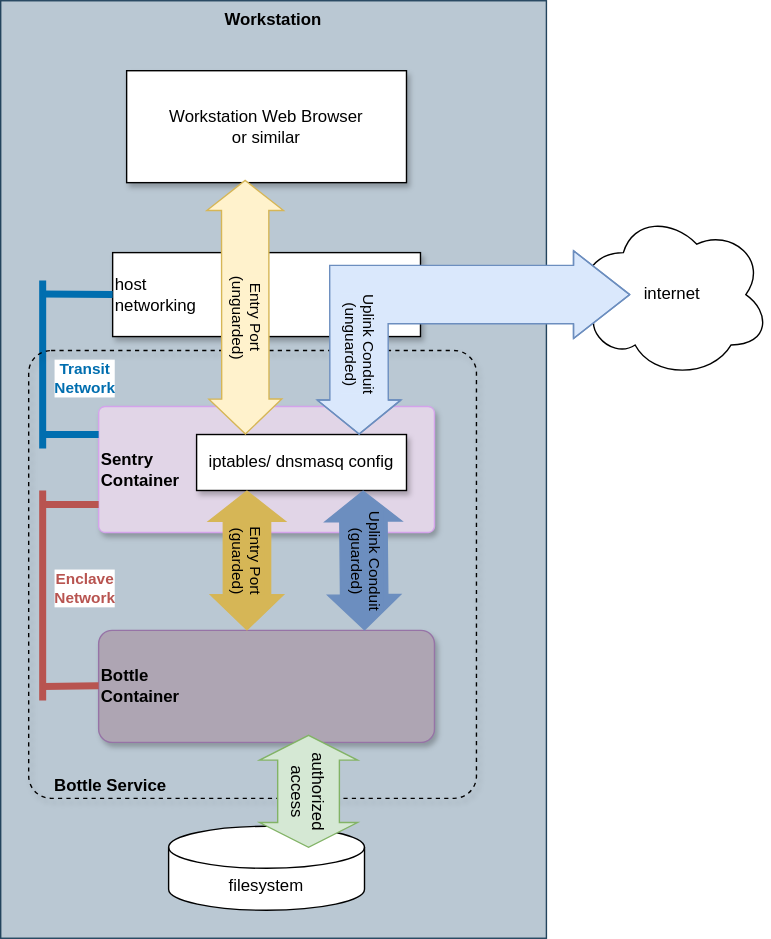
This is rbm-abstract-drawio.svg from scaleinv/recipebottle, a draw.io export, as it was before one commit. Source tidied: cells renumbered, new cells last; positions are measured from the earlier drawing's top-left corner, leaving out a move shared by most shapes.
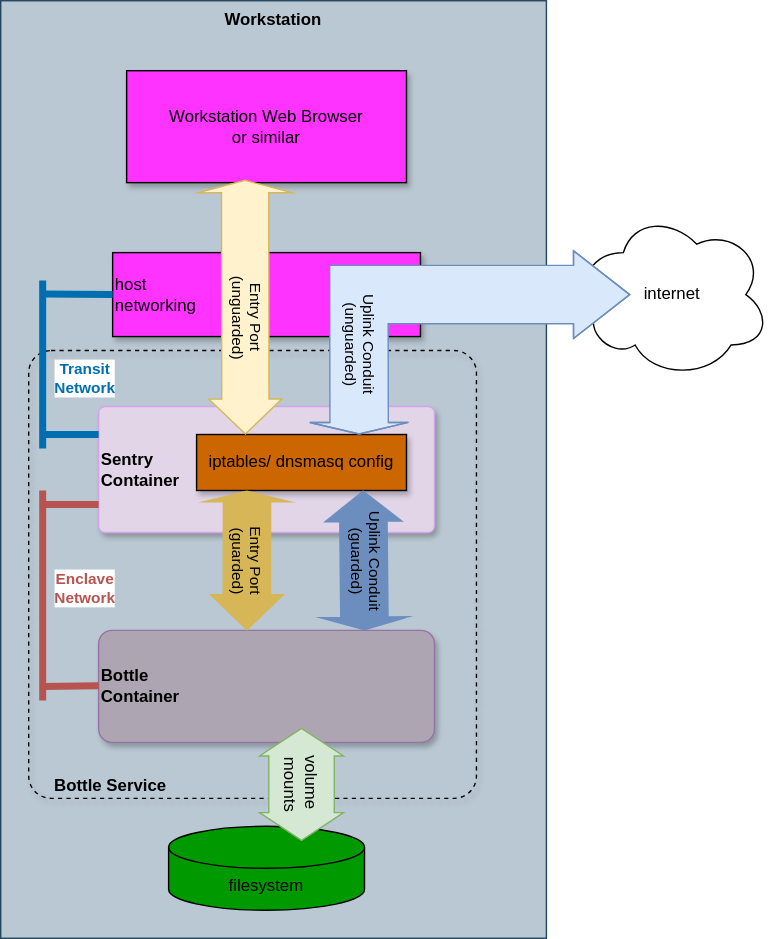
Later version of the same file.

Commit message:
Update with intent and progress of CENSER container addition.

Diff of the diagram source:
```diff
@@ -5,6 +5,9 @@
     <mxCell id="2" value="Workstation" style="whiteSpace=wrap;html=1;rounded=0;glass=0;shadow=0;arcSize=5;verticalAlign=top;fillColor=#bac8d3;strokeColor=#23445d;fontStyle=1;" parent="1" vertex="1">
       <mxGeometry width="390" height="670" as="geometry" />
     </mxCell>
+    <mxCell id="19" value="&lt;b&gt;&amp;nbsp; &amp;nbsp; &amp;nbsp;Bottle Service&lt;/b&gt;" style="whiteSpace=wrap;html=1;rounded=1;glass=0;shadow=1;arcSize=5;fillColor=none;dashed=1;align=left;verticalAlign=bottom;" parent="1" vertex="1">
+      <mxGeometry x="20" y="250" width="320" height="320" as="geometry" />
+    </mxCell>
     <mxCell id="3" value="Sentry&lt;div&gt;Container&lt;/div&gt;" style="whiteSpace=wrap;html=1;rounded=1;glass=0;shadow=1;arcSize=5;verticalAlign=middle;align=left;fillColor=#e1d5e7;strokeColor=#D4A3EB;fontStyle=1;" parent="1" vertex="1">
       <mxGeometry x="70" y="290" width="240" height="90" as="geometry" />
     </mxCell>
@@ -29,7 +32,7 @@
         <mxPoint x="70" y="489.5" as="targetPoint" />
       </mxGeometry>
     </mxCell>
-    <mxCell id="8" value="host&lt;div&gt;networking&lt;/div&gt;" style="whiteSpace=wrap;html=1;rounded=0;glass=0;shadow=1;arcSize=5;align=left;verticalAlign=middle;" parent="1" vertex="1">
+    <mxCell id="8" value="host&lt;div&gt;networking&lt;/div&gt;" style="whiteSpace=wrap;html=1;rounded=0;glass=0;shadow=1;arcSize=5;align=left;verticalAlign=middle;fillColor=#FF33FF;" parent="1" vertex="1">
       <mxGeometry x="80" y="180" width="220" height="60" as="geometry" />
     </mxCell>
     <mxCell id="9" style="edgeStyle=none;orthogonalLoop=1;jettySize=auto;html=1;rounded=0;endArrow=none;endFill=0;fillColor=#1ba1e2;strokeColor=#006EAF;strokeWidth=5;" parent="1" edge="1">
@@ -44,7 +47,7 @@
         <mxPoint x="30" y="200" as="targetPoint" />
       </mxGeometry>
     </mxCell>
-    <mxCell id="11" value="Workstation Web Browser&lt;div&gt;or similar&lt;/div&gt;" style="whiteSpace=wrap;html=1;rounded=0;glass=0;shadow=1;arcSize=5;" parent="1" vertex="1">
+    <mxCell id="11" value="Workstation Web Browser&lt;div&gt;or similar&lt;/div&gt;" style="whiteSpace=wrap;html=1;rounded=0;glass=0;shadow=1;arcSize=5;fillColor=#FF33FF;" parent="1" vertex="1">
       <mxGeometry x="90" y="50" width="200" height="80" as="geometry" />
     </mxCell>
     <mxCell id="12" style="edgeStyle=none;jettySize=auto;html=1;rounded=0;endArrow=none;endFill=0;entryX=1;entryY=0.5;entryDx=0;entryDy=0;exitX=0.103;exitY=0.501;exitDx=0;exitDy=0;exitPerimeter=0;fillColor=#fff2cc;strokeColor=#FFFF33;" parent="1" edge="1" source="17" target="8">
@@ -54,7 +57,7 @@
         </Array>
       </mxGeometry>
     </mxCell>
-    <mxCell id="13" value="iptables/ dnsmasq config" style="whiteSpace=wrap;html=1;rounded=0;glass=0;shadow=1;arcSize=5;" parent="1" vertex="1">
+    <mxCell id="13" value="iptables/ dnsmasq config" style="whiteSpace=wrap;html=1;rounded=0;glass=0;shadow=1;arcSize=5;fillColor=#CC6600;" parent="1" vertex="1">
       <mxGeometry x="140" y="310" width="150" height="40" as="geometry" />
     </mxCell>
     <mxCell id="14" style="edgeStyle=none;jettySize=auto;html=1;rounded=0;endArrow=none;endFill=0;fillColor=#1ba1e2;strokeColor=#006EAF;strokeWidth=5;entryX=0;entryY=0.5;entryDx=0;entryDy=0;" parent="1" edge="1" target="8">
@@ -62,10 +65,10 @@
         <mxPoint x="30" y="209.6" as="sourcePoint" />
       </mxGeometry>
     </mxCell>
-    <mxCell id="15" value="filesystem" style="shape=cylinder3;whiteSpace=wrap;html=1;boundedLbl=1;backgroundOutline=1;size=15;" parent="1" vertex="1">
+    <mxCell id="15" value="filesystem" style="shape=cylinder3;whiteSpace=wrap;html=1;boundedLbl=1;backgroundOutline=1;size=15;fillColor=#009900;" parent="1" vertex="1">
       <mxGeometry x="120" y="590" width="140" height="60" as="geometry" />
     </mxCell>
-    <mxCell id="16" value="Entry Port&lt;div&gt;(guarded)&lt;/div&gt;" style="shape=flexArrow;endArrow=classic;startArrow=classic;html=1;rounded=0;width=33.80952380952381;endSize=7.9904761904761905;startSize=6.852380952380952;endWidth=17.24137931034483;textDirection=vertical-rl;fillColor=#D6B656;strokeColor=#d6b656;labelBackgroundColor=#D6B656;" parent="1" edge="1">
+    <mxCell id="16" value="Entry Port&lt;div&gt;(guarded)&lt;/div&gt;" style="shape=flexArrow;endArrow=classic;startArrow=classic;html=1;rounded=0;width=33.80952380952381;endSize=7.9904761904761905;startSize=2.223809523809524;endWidth=17.24137931034483;textDirection=vertical-rl;fillColor=#D6B656;strokeColor=#d6b656;labelBackgroundColor=#D6B656;startWidth=27.233560090702948;" parent="1" edge="1">
       <mxGeometry x="1" y="-1" relative="1" as="geometry">
         <mxPoint x="176" y="350" as="sourcePoint" />
         <mxPoint x="176" y="450" as="targetPoint" />
@@ -74,26 +77,23 @@
     <mxCell id="17" value="internet" style="ellipse;shape=cloud;whiteSpace=wrap;html=1;" parent="1" vertex="1">
       <mxGeometry x="410" y="150" width="140" height="120" as="geometry" />
     </mxCell>
-    <mxCell id="18" value="Uplink Conduit&lt;div&gt;(guarded)&lt;/div&gt;" style="shape=flexArrow;endArrow=classic;startArrow=classic;html=1;rounded=0;width=33.80952380952381;endSize=7.9904761904761905;startSize=6.852380952380952;endWidth=17.24137931034483;textDirection=vertical-rl;fillColor=#6C8EBF;strokeColor=#6c8ebf;labelBackgroundColor=#6C8EBF;" parent="1" edge="1">
+    <mxCell id="18" value="Uplink Conduit&lt;div&gt;(guarded)&lt;/div&gt;" style="shape=flexArrow;endArrow=classic;startArrow=classic;html=1;rounded=0;width=33.80952380952381;endSize=2.623809523809524;startSize=6.852380952380952;endWidth=28.185941043083897;textDirection=vertical-rl;fillColor=#6C8EBF;strokeColor=#6c8ebf;labelBackgroundColor=#6C8EBF;" parent="1" edge="1">
       <mxGeometry x="1" relative="1" as="geometry">
         <mxPoint x="259" y="350" as="sourcePoint" />
         <mxPoint x="260" y="450" as="targetPoint" />
       </mxGeometry>
     </mxCell>
-    <mxCell id="19" value="&lt;b&gt;&amp;nbsp; &amp;nbsp; &amp;nbsp;Bottle Service&lt;/b&gt;" style="whiteSpace=wrap;html=1;rounded=1;glass=0;shadow=1;arcSize=5;fillColor=none;dashed=1;align=left;verticalAlign=bottom;" parent="1" vertex="1">
-      <mxGeometry x="20" y="250" width="320" height="320" as="geometry" />
-    </mxCell>
-    <mxCell id="20" value="authorized&lt;div&gt;access&lt;/div&gt;" style="html=1;shadow=0;dashed=0;align=center;verticalAlign=middle;shape=mxgraph.arrows2.twoWayArrow;dy=0.37;dx=17.71;fillColor=#d5e8d4;strokeColor=#82b366;rotation=90;" parent="1" vertex="1">
-      <mxGeometry x="180" y="530" width="80" height="70" as="geometry" />
+    <mxCell id="20" value="volume&amp;nbsp;&lt;div&gt;mounts&lt;/div&gt;" style="html=1;shadow=0;dashed=0;align=center;verticalAlign=middle;shape=mxgraph.arrows2.twoWayArrow;dy=0.22;dx=19.76;fillColor=#d5e8d4;strokeColor=#82b366;rotation=90;" parent="1" vertex="1">
+      <mxGeometry x="175" y="530" width="80" height="60" as="geometry" />
     </mxCell>
-    <mxCell id="21" value="Uplink Conduit&lt;div&gt;(unguarded)&lt;/div&gt;" style="shape=flexArrow;endArrow=classic;startArrow=classic;html=1;rounded=0;width=41.714285714285715;endSize=7.782857142857142;startSize=13.060606060606062;endWidth=17.24137931034483;textDirection=vertical-rl;fillColor=#dae8fc;strokeColor=#6c8ebf;labelBackgroundColor=#DAE8FC;entryX=0.738;entryY=0.188;entryDx=0;entryDy=0;entryPerimeter=0;exitX=0.286;exitY=0.5;exitDx=0;exitDy=0;exitPerimeter=0;" parent="1" edge="1" source="17" target="19">
+    <mxCell id="21" value="Uplink Conduit&lt;div&gt;(unguarded)&lt;/div&gt;" style="shape=flexArrow;endArrow=classic;startArrow=classic;html=1;rounded=0;width=41.714285714285715;endSize=2.4238095238095236;startSize=13.060606060606062;endWidth=27.755102040816325;textDirection=vertical-rl;fillColor=#dae8fc;strokeColor=#6c8ebf;labelBackgroundColor=#DAE8FC;entryX=0.738;entryY=0.188;entryDx=0;entryDy=0;entryPerimeter=0;exitX=0.286;exitY=0.5;exitDx=0;exitDy=0;exitPerimeter=0;" parent="1" edge="1" source="17" target="19">
       <mxGeometry x="0.89" relative="1" as="geometry">
         <Array as="points">
           <mxPoint x="256" y="210" />
         </Array>
       </mxGeometry>
     </mxCell>
-    <mxCell id="22" value="Entry Port&lt;div&gt;(unguarded)&lt;/div&gt;" style="shape=flexArrow;endArrow=classic;startArrow=classic;html=1;rounded=0;width=33.80952380952381;endSize=7.9904761904761905;startSize=6.852380952380952;endWidth=17.24137931034483;textDirection=vertical-rl;exitX=0.281;exitY=0.973;exitDx=0;exitDy=0;exitPerimeter=0;fillColor=#fff2cc;strokeColor=#d6b656;labelBackgroundColor=#FFF2CC;entryX=0.484;entryY=0.188;entryDx=0;entryDy=0;entryPerimeter=0;" parent="1" edge="1" target="19">
+    <mxCell id="22" value="Entry Port&lt;div&gt;(unguarded)&lt;/div&gt;" style="shape=flexArrow;endArrow=classic;startArrow=classic;html=1;rounded=0;width=33.80952380952381;endSize=7.9904761904761905;startSize=2.6333333333333333;endWidth=17.24137931034483;textDirection=vertical-rl;exitX=0.281;exitY=0.973;exitDx=0;exitDy=0;exitPerimeter=0;fillColor=#fff2cc;strokeColor=#d6b656;labelBackgroundColor=#FFF2CC;entryX=0.484;entryY=0.188;entryDx=0;entryDy=0;entryPerimeter=0;startWidth=32.94784580498866;" parent="1" edge="1" target="19">
       <mxGeometry x="0.62" relative="1" as="geometry">
         <mxPoint x="174.7" y="127.8" as="sourcePoint" />
       </mxGeometry>
```
